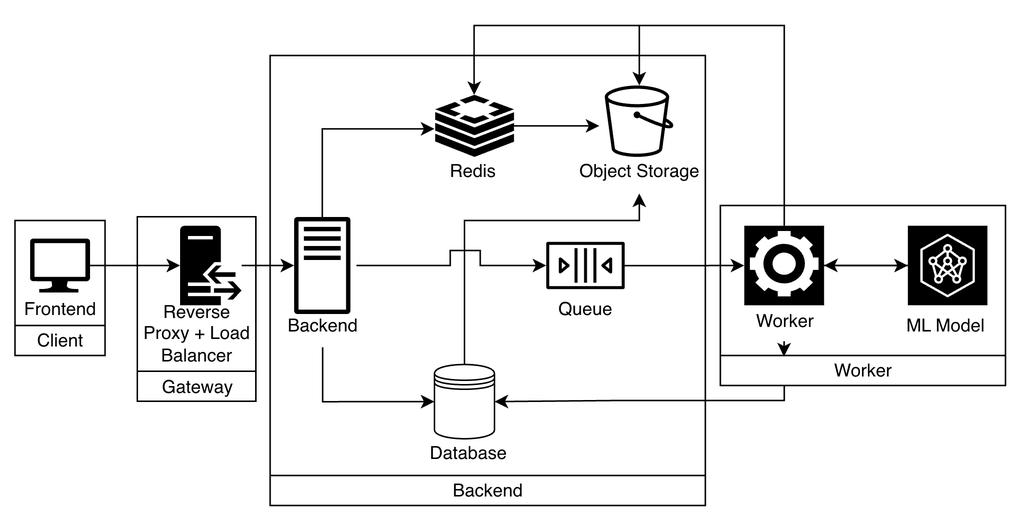
This is diagrams/application_diagram.png from Cwong23/KaraokeExpert, a draw.io export, as it was before one commit. Source tidied: cells renumbered, new cells last; positions are measured from the earlier drawing's top-left corner, leaving out a move shared by most shapes.
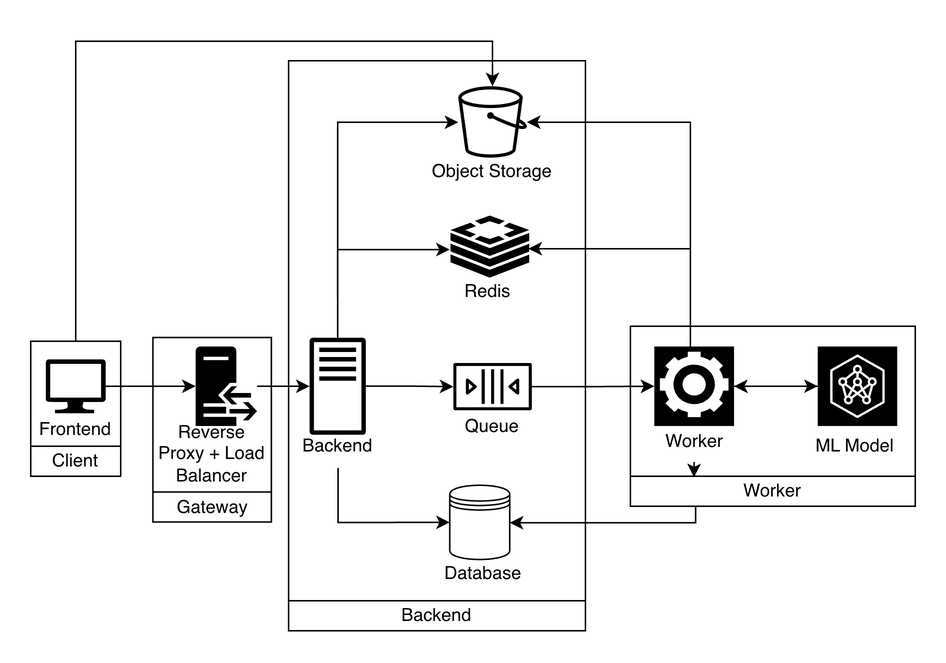
The same diagram one commit later.

Change to the diagram source:
```diff
@@ -3,16 +3,16 @@
     <mxCell id="0" />
     <mxCell id="1" parent="0" />
     <mxCell id="2" style="swimlane;fontStyle=1;align=center;verticalAlign=middle;horizontal=1;startSize=100;html=1;whiteSpace=wrap;fillColor=none;" parent="1" vertex="1">
-      <mxGeometry x="470" y="120" width="190" height="120" as="geometry" />
+      <mxGeometry x="400" y="120" width="190" height="120" as="geometry" />
     </mxCell>
     <mxCell id="3" value="Worker" style="text;html=1;whiteSpace=wrap;strokeColor=none;fillColor=none;align=center;verticalAlign=middle;rounded=0;" parent="2" vertex="1">
       <mxGeometry y="100" width="190" height="20" as="geometry" />
     </mxCell>
-    <mxCell id="4" style="swimlane;fontStyle=1;align=center;verticalAlign=middle;horizontal=1;startSize=280;html=1;whiteSpace=wrap;fillColor=none;" parent="1" vertex="1">
-      <mxGeometry x="170" y="20" width="290" height="300" as="geometry" />
+    <mxCell id="4" style="swimlane;fontStyle=1;align=center;verticalAlign=middle;horizontal=1;startSize=360;html=1;whiteSpace=wrap;fillColor=none;" parent="1" vertex="1">
+      <mxGeometry x="172" y="-57" width="198" height="380" as="geometry" />
     </mxCell>
     <mxCell id="5" value="Backend" style="text;html=1;whiteSpace=wrap;strokeColor=none;fillColor=none;align=center;verticalAlign=middle;rounded=0;" parent="4" vertex="1">
-      <mxGeometry y="280" width="290" height="20" as="geometry" />
+      <mxGeometry y="360" width="198" height="20" as="geometry" />
     </mxCell>
     <mxCell id="6" style="edgeStyle=orthogonalEdgeStyle;rounded=0;jettySize=auto;html=1;" parent="1" edge="1" source="7" target="11">
       <mxGeometry relative="1" as="geometry" />
@@ -20,19 +20,18 @@
     <mxCell id="7" style="sketch=0;shadow=0;dashed=0;html=1;strokeColor=none;labelPosition=center;verticalLabelPosition=bottom;verticalAlign=top;align=center;fillColor=#000000;shape=mxgraph.azure.computer;" parent="1" vertex="1">
       <mxGeometry x="10" y="142" width="40" height="36" as="geometry" />
     </mxCell>
-    <mxCell id="8" style="rounded=0;orthogonalLoop=1;jettySize=auto;html=1;jumpStyle=none;" parent="1" edge="1">
-      <mxGeometry relative="1" as="geometry">
-        <mxPoint x="227.5" y="160" as="sourcePoint" />
-        <mxPoint x="354" y="160" as="targetPoint" />
-        <Array as="points">
-          <mxPoint x="290" y="160" />
-          <mxPoint x="290" y="150" />
-          <mxPoint x="300" y="150" />
-          <mxPoint x="310" y="150" />
-          <mxPoint x="310" y="160" />
-        </Array>
-      </mxGeometry>
-    </mxCell>
+    <mxCell id="42" style="edgeStyle=orthogonalEdgeStyle;rounded=0;jettySize=auto;html=1;" parent="1" edge="1" target="22">
+      <mxGeometry relative="1" as="geometry">
+        <mxPoint x="223.5" y="159.9" as="sourcePoint" />
+      </mxGeometry>
+    </mxCell>
+    <mxCell id="43" style="edgeStyle=orthogonalEdgeStyle;rounded=0;jettySize=auto;html=1;" parent="1" edge="1" source="9" target="20">
+      <mxGeometry relative="1" as="geometry">
+        <Array as="points">
+          <mxPoint x="205" y="-16" />
+        </Array>
+      </mxGeometry>
+    </mxCell>
     <mxCell id="9" style="sketch=0;outlineConnect=0;fontColor=#232F3E;gradientColor=none;fillColor=#000000;strokeColor=none;dashed=0;verticalLabelPosition=bottom;verticalAlign=top;align=center;html=1;fontSize=12;fontStyle=0;shape=mxgraph.aws4.traditional_server;" parent="1" vertex="1">
       <mxGeometry x="186" y="127.5" width="37.5" height="65" as="geometry" />
     </mxCell>
@@ -48,7 +47,7 @@
       <mxGeometry x="110" y="133.5" width="41" height="53" as="geometry" />
     </mxCell>
     <mxCell id="12" style="sketch=0;points=[[0,0,0],[0.25,0,0],[0.5,0,0],[0.75,0,0],[1,0,0],[0,1,0],[0.25,1,0],[0.5,1,0],[0.75,1,0],[1,1,0],[0,0.25,0],[0,0.5,0],[0,0.75,0],[1,0.25,0],[1,0.5,0],[1,0.75,0]];outlineConnect=0;fontColor=#232F3E;fillColor=#000000;strokeColor=#ffffff;dashed=0;verticalLabelPosition=bottom;verticalAlign=top;align=center;html=1;fontSize=12;fontStyle=0;shape=mxgraph.aws4.resourceIcon;resIcon=mxgraph.aws4.neuron_ml_sdk;" parent="1" vertex="1">
-      <mxGeometry x="595" y="133.5" width="53" height="53" as="geometry" />
+      <mxGeometry x="525" y="133.5" width="53" height="53" as="geometry" />
     </mxCell>
     <mxCell id="13" value="Frontend" style="text;html=1;whiteSpace=wrap;strokeColor=none;fillColor=none;align=center;verticalAlign=middle;rounded=0;" parent="1" vertex="1">
       <mxGeometry y="174" width="60" height="30" as="geometry" />
@@ -67,46 +66,26 @@
       <mxGeometry x="175" y="184.5" width="60" height="30" as="geometry" />
     </mxCell>
     <mxCell id="17" value="ML Model" style="text;html=1;whiteSpace=wrap;strokeColor=none;fillColor=none;align=center;verticalAlign=middle;rounded=0;" parent="1" vertex="1">
-      <mxGeometry x="590" y="184.5" width="60" height="30" as="geometry" />
+      <mxGeometry x="520" y="184.5" width="60" height="30" as="geometry" />
     </mxCell>
-    <mxCell id="18" style="edgeStyle=orthogonalEdgeStyle;rounded=0;jettySize=auto;html=1;" parent="1" edge="1" source="19" target="34">
-      <mxGeometry relative="1" as="geometry">
-        <Array as="points">
-          <mxPoint x="299" y="130" />
-          <mxPoint x="416" y="130" />
-        </Array>
-      </mxGeometry>
-    </mxCell>
     <mxCell id="19" style="shape=datastore;whiteSpace=wrap;html=1;" parent="1" vertex="1">
       <mxGeometry x="279.5" y="226" width="40" height="49.5" as="geometry" />
     </mxCell>
     <mxCell id="20" style="sketch=0;outlineConnect=0;fontColor=#232F3E;gradientColor=none;fillColor=#000000;strokeColor=none;dashed=0;verticalLabelPosition=bottom;verticalAlign=top;align=center;html=1;fontSize=12;fontStyle=0;shape=mxgraph.aws4.bucket;" parent="1" vertex="1">
-      <mxGeometry x="393" y="40" width="45.8" height="47.6" as="geometry" />
+      <mxGeometry x="285.2" y="-40" width="45.8" height="47.6" as="geometry" />
     </mxCell>
-    <mxCell id="21" style="edgeStyle=orthogonalEdgeStyle;rounded=0;jettySize=auto;html=1;" parent="1" edge="1" source="22" target="26">
-      <mxGeometry relative="1" as="geometry" />
-    </mxCell>
-    <mxCell id="22" style="sketch=0;outlineConnect=0;fontColor=#232F3E;gradientColor=none;fillColor=#000000;strokeColor=none;dashed=0;verticalLabelPosition=bottom;verticalAlign=top;align=center;html=1;fontSize=12;fontStyle=0;shape=mxgraph.aws4.queue;" parent="1" vertex="1">
-      <mxGeometry x="354" y="144.2" width="52.3" height="31.5" as="geometry" />
-    </mxCell>
-    <mxCell id="23" style="edgeStyle=orthogonalEdgeStyle;rounded=0;jettySize=auto;html=1;" parent="1" edge="1" source="24">
-      <mxGeometry relative="1" as="geometry">
-        <mxPoint x="389.3" y="66.9" as="targetPoint" />
-      </mxGeometry>
-    </mxCell>
     <mxCell id="24" style="points=[];html=1;align=center;shadow=0;dashed=0;fillColor=#000000;strokeColor=none;shape=mxgraph.alibaba_cloud.redis_kvstore;" parent="1" vertex="1">
       <mxGeometry x="280" y="46.2" width="52.5" height="41.4" as="geometry" />
     </mxCell>
     <mxCell id="25" style="edgeStyle=orthogonalEdgeStyle;rounded=0;jettySize=auto;html=1;" parent="1" edge="1" source="26" target="20">
       <mxGeometry relative="1" as="geometry">
         <Array as="points">
-          <mxPoint x="513" />
-          <mxPoint x="416" />
+          <mxPoint x="440" y="-16" />
         </Array>
       </mxGeometry>
     </mxCell>
     <mxCell id="26" style="outlineConnect=0;dashed=0;verticalLabelPosition=bottom;verticalAlign=top;align=center;html=1;shape=mxgraph.aws3.worker;fillColor=#000000;gradientColor=none;strokeColor=#000000;" parent="1" vertex="1">
-      <mxGeometry x="486" y="133.5" width="53.2" height="53" as="geometry" />
+      <mxGeometry x="416" y="133.5" width="53.2" height="53" as="geometry" />
     </mxCell>
     <mxCell id="27" style="edgeStyle=orthogonalEdgeStyle;rounded=0;jettySize=auto;html=1;entryX=0;entryY=0.5;entryDx=0;entryDy=0;entryPerimeter=0;" parent="1" edge="1" source="26" target="12">
       <mxGeometry relative="1" as="geometry" />
@@ -126,34 +105,33 @@
     <mxCell id="30" value="Redis" style="text;html=1;whiteSpace=wrap;strokeColor=none;fillColor=none;align=center;verticalAlign=middle;rounded=0;" parent="1" vertex="1">
       <mxGeometry x="275" y="82" width="60" height="30" as="geometry" />
     </mxCell>
-    <mxCell id="31" style="edgeStyle=orthogonalEdgeStyle;rounded=0;jettySize=auto;html=1;entryX=1;entryY=0.5;entryDx=0;entryDy=0;exitX=0.224;exitY=1.006;exitDx=0;exitDy=0;exitPerimeter=0;" parent="1" edge="1" source="3" target="19">
+    <mxCell id="31" style="edgeStyle=orthogonalEdgeStyle;rounded=0;jettySize=auto;html=1;exitX=0.229;exitY=1.008;exitDx=0;exitDy=0;exitPerimeter=0;" parent="1" edge="1" source="3" target="19">
       <mxGeometry relative="1" as="geometry">
         <Array as="points">
-          <mxPoint x="513" y="250" />
-          <mxPoint x="401" y="250" />
+          <mxPoint x="444" y="251" />
         </Array>
       </mxGeometry>
     </mxCell>
     <mxCell id="32" value="Worker" style="text;html=1;whiteSpace=wrap;strokeColor=none;fillColor=none;align=center;verticalAlign=middle;rounded=0;" parent="1" vertex="1">
-      <mxGeometry x="482.5" y="181.5" width="60" height="30" as="geometry" />
+      <mxGeometry x="412.5" y="181.5" width="60" height="30" as="geometry" />
     </mxCell>
     <mxCell id="33" value="Queue" style="text;html=1;whiteSpace=wrap;strokeColor=none;fillColor=none;align=center;verticalAlign=middle;rounded=0;" parent="1" vertex="1">
-      <mxGeometry x="350.1" y="174" width="60" height="30" as="geometry" />
+      <mxGeometry x="278.1" y="172" width="60" height="30" as="geometry" />
     </mxCell>
     <mxCell id="34" value="Object Storage" style="text;html=1;whiteSpace=wrap;strokeColor=none;fillColor=none;align=center;verticalAlign=middle;rounded=0;" parent="1" vertex="1">
-      <mxGeometry x="373.8" y="82" width="84.2" height="30" as="geometry" />
+      <mxGeometry x="266" y="2" width="84.2" height="30" as="geometry" />
     </mxCell>
     <mxCell id="35" value="Database" style="text;html=1;whiteSpace=wrap;strokeColor=none;fillColor=none;align=center;verticalAlign=middle;rounded=0;" parent="1" vertex="1">
       <mxGeometry x="260.4" y="270" width="84.2" height="30" as="geometry" />
     </mxCell>
-    <mxCell id="36" style="edgeStyle=orthogonalEdgeStyle;rounded=0;jettySize=auto;html=1;entryX=0.494;entryY=0.002;entryDx=0;entryDy=0;entryPerimeter=0;" parent="1" edge="1" source="26" target="24">
-      <mxGeometry relative="1" as="geometry">
-        <Array as="points">
-          <mxPoint x="513" />
-          <mxPoint x="306" />
-        </Array>
-      </mxGeometry>
-    </mxCell>
+    <mxCell id="44" style="edgeStyle=orthogonalEdgeStyle;rounded=0;jettySize=auto;html=1;" parent="1" edge="1" source="37" target="20">
+      <mxGeometry relative="1" as="geometry">
+        <Array as="points">
+          <mxPoint x="30" y="-70" />
+          <mxPoint x="308" y="-70" />
+        </Array>
+      </mxGeometry>
+    </mxCell>
     <mxCell id="37" style="swimlane;fontStyle=1;align=center;verticalAlign=middle;horizontal=1;startSize=70;html=1;whiteSpace=wrap;fillColor=none;" parent="1" vertex="1">
       <mxGeometry y="130" width="60" height="90" as="geometry" />
     </mxCell>
@@ -168,9 +146,24 @@
     </mxCell>
     <mxCell id="41" style="edgeStyle=orthogonalEdgeStyle;rounded=0;orthogonalLoop=1;jettySize=auto;html=1;entryX=0.223;entryY=0.085;entryDx=0;entryDy=0;entryPerimeter=0;" parent="1" edge="1">
       <mxGeometry relative="1" as="geometry">
-        <mxPoint x="512.5" y="210.5" as="sourcePoint" />
-        <mxPoint x="512.4" y="220.7" as="targetPoint" />
+        <mxPoint x="442.5" y="210.5" as="sourcePoint" />
+        <mxPoint x="442.4" y="220.7" as="targetPoint" />
       </mxGeometry>
     </mxCell>
+    <mxCell id="21" style="edgeStyle=orthogonalEdgeStyle;rounded=0;jettySize=auto;html=1;" parent="1" edge="1" source="22" target="26">
+      <mxGeometry relative="1" as="geometry" />
+    </mxCell>
+    <mxCell id="22" style="sketch=0;outlineConnect=0;fontColor=#232F3E;gradientColor=none;fillColor=#000000;strokeColor=none;dashed=0;verticalLabelPosition=bottom;verticalAlign=top;align=center;html=1;fontSize=12;fontStyle=0;shape=mxgraph.aws4.queue;" parent="1" vertex="1">
+      <mxGeometry x="281.9" y="144.5" width="52.3" height="31.5" as="geometry" />
+    </mxCell>
+    <mxCell id="45" style="edgeStyle=orthogonalEdgeStyle;rounded=0;orthogonalLoop=1;jettySize=auto;html=1;entryX=0.989;entryY=0.534;entryDx=0;entryDy=0;entryPerimeter=0;" parent="1" edge="1">
+      <mxGeometry relative="1" as="geometry">
+        <mxPoint x="440" y="133.5" as="sourcePoint" />
+        <mxPoint x="331.9" y="68.3" as="targetPoint" />
+        <Array as="points">
+          <mxPoint x="440" y="68" />
+        </Array>
+      </mxGeometry>
+    </mxCell>
   </root>
 </mxGraphModel>
```
